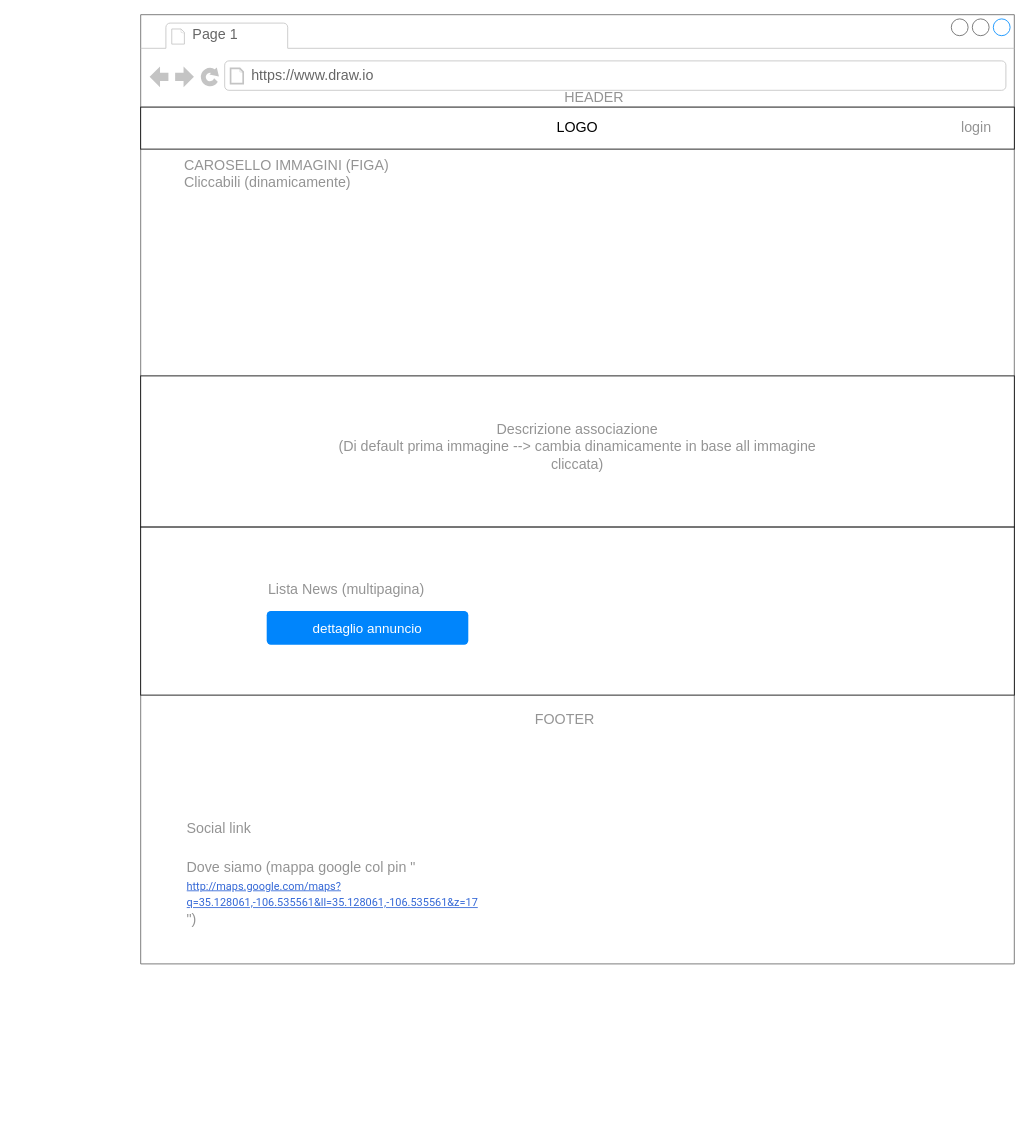
This is client/proj-ltw.drawio from Fabrikh/ProgettoLTW, a draw.io file, before an edit. Source tidied: cells renumbered, new cells numbered last; positions are measured from the earlier drawing's top-left corner, leaving out a move shared by most shapes. Both pictures are drawn from the tidied source at 84%, with x=0, y=0 at pixel (65, 14).
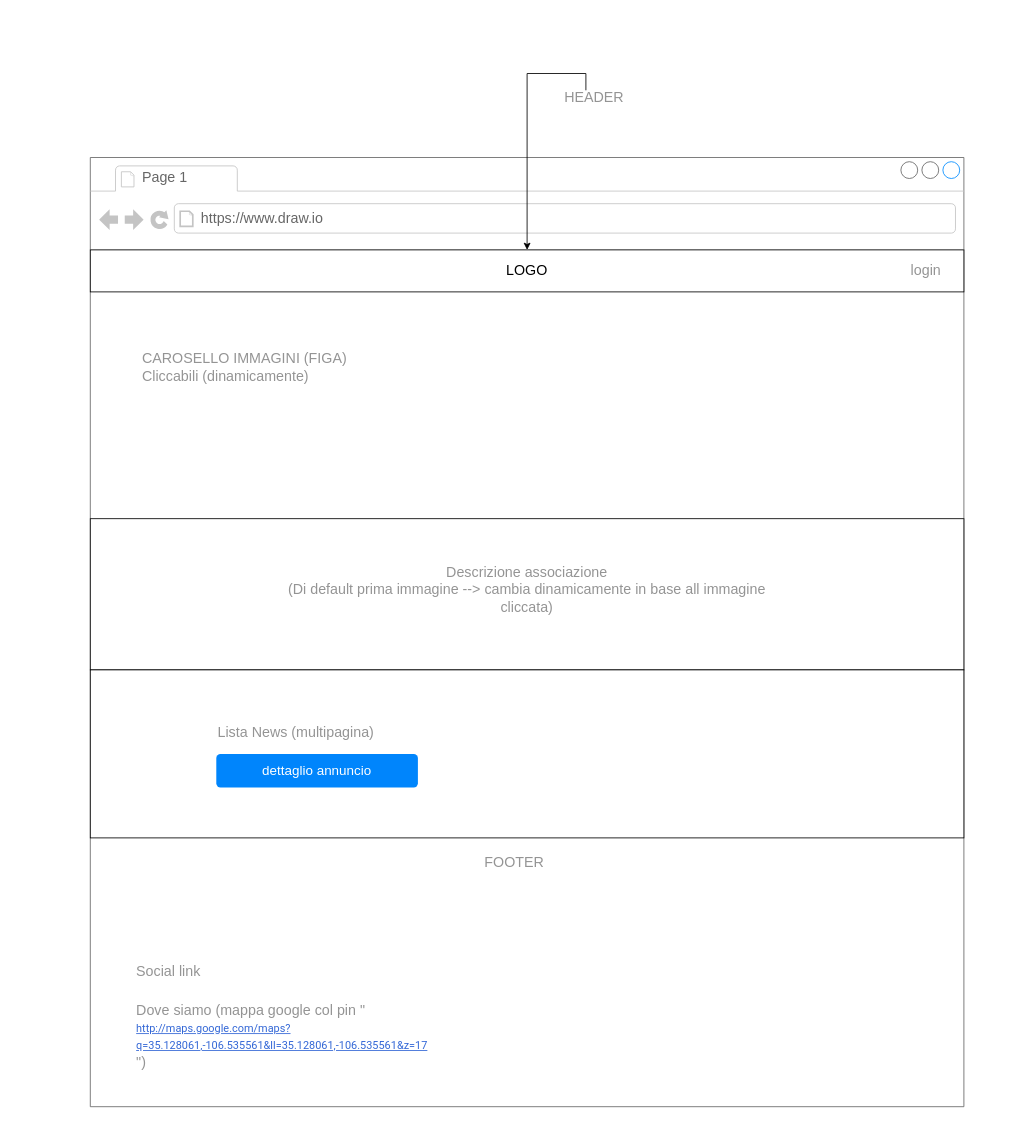
The same page after the edit.

The edit, as a diff of the source:
```diff
@@
 <mxGraphModel>
   <root>
     <mxCell id="0" />
     <mxCell id="1" parent="0" />
     <mxCell id="2" style="strokeWidth=1;shadow=0;dashed=0;align=center;html=1;shape=mxgraph.mockup.containers.browserWindow;rSize=0;strokeColor=#666666;strokeColor2=#008cff;strokeColor3=#c4c4c4;mainText=,;fontSize=19;" parent="1" vertex="1">
-      <mxGeometry x="90" width="1040" height="1130" as="geometry" />
+      <mxGeometry x="30" y="170" width="1040" height="1130" as="geometry" />
     </mxCell>
     <mxCell id="3" value="Page 1" style="strokeWidth=1;shadow=0;dashed=0;align=center;html=1;shape=mxgraph.mockup.containers.anchor;fontSize=17;fontColor=#666666;align=left;" parent="2" vertex="1">
       <mxGeometry x="60" y="12" width="110" height="26" as="geometry" />
     </mxCell>
     <mxCell id="4" value="https://www.draw.io" style="strokeWidth=1;shadow=0;dashed=0;align=center;html=1;shape=mxgraph.mockup.containers.anchor;rSize=0;fontSize=17;fontColor=#666666;align=left;" parent="2" vertex="1">
       <mxGeometry x="130" y="60" width="250" height="26" as="geometry" />
     </mxCell>
     <mxCell id="5" style="rounded=0;whiteSpace=wrap;html=1;" parent="2" vertex="1">
       <mxGeometry y="110" width="1040" height="50" as="geometry" />
     </mxCell>
     <mxCell id="6" value="&lt;font style=&quot;font-size: 17px&quot;&gt;LOGO&lt;/font&gt;" style="text;html=1;strokeColor=none;fillColor=none;align=center;verticalAlign=middle;whiteSpace=wrap;rounded=0;" parent="2" vertex="1">
       <mxGeometry x="470" y="125" width="100" height="20" as="geometry" />
     </mxCell>
     <mxCell id="7" value="login" style="text;html=1;strokeColor=none;fillColor=none;align=center;verticalAlign=middle;whiteSpace=wrap;rounded=0;fontSize=17;fontColor=#949494;" parent="2" vertex="1">
       <mxGeometry x="960" y="125" width="70" height="20" as="geometry" />
     </mxCell>
     <mxCell id="8" style="rounded=0;whiteSpace=wrap;html=1;fontSize=17;fontColor=#949494;align=left;" parent="2" vertex="1">
       <mxGeometry y="430" width="1040" height="180" as="geometry" />
     </mxCell>
     <mxCell id="9" value="Descrizione associazione&lt;br&gt;(Di default prima immagine --&amp;gt; cambia dinamicamente in base all immagine cliccata)" style="text;html=1;strokeColor=none;fillColor=none;align=center;verticalAlign=middle;whiteSpace=wrap;rounded=0;fontSize=17;fontColor=#949494;" parent="2" vertex="1">
       <mxGeometry x="230" y="450" width="580" height="130" as="geometry" />
     </mxCell>
     <mxCell id="10" style="rounded=0;whiteSpace=wrap;html=1;fontSize=17;fontColor=#949494;align=left;" parent="2" vertex="1">
       <mxGeometry y="610" width="1040" height="200" as="geometry" />
     </mxCell>
     <mxCell id="11" style="edgeStyle=orthogonalEdgeStyle;rounded=0;orthogonalLoop=1;jettySize=auto;html=1;exitX=0.5;exitY=1;exitDx=0;exitDy=0;fontSize=17;fontColor=#949494;" parent="2" edge="1" source="10" target="10">
       <mxGeometry relative="1" as="geometry" />
     </mxCell>
     <mxCell id="12" value="dettaglio annuncio" style="html=1;shadow=0;dashed=0;shape=mxgraph.bootstrap.rrect;rSize=5;strokeColor=none;strokeWidth=1;fillColor=#0085FC;fontColor=#FFFFFF;whiteSpace=wrap;align=center;verticalAlign=middle;spacingLeft=0;fontStyle=0;fontSize=16;spacing=5;" parent="2" vertex="1">
       <mxGeometry x="150" y="710" width="240" height="40" as="geometry" />
     </mxCell>
     <mxCell id="13" value="Lista News (multipagina)" style="text;html=1;strokeColor=none;fillColor=none;align=center;verticalAlign=middle;whiteSpace=wrap;rounded=0;fontSize=17;fontColor=#949494;" parent="2" vertex="1">
       <mxGeometry x="-90" y="610" width="670" height="150" as="geometry" />
     </mxCell>
     <mxCell id="14" style="edgeStyle=orthogonalEdgeStyle;rounded=0;orthogonalLoop=1;jettySize=auto;html=1;exitX=0.5;exitY=1;exitDx=0;exitDy=0;fontSize=17;fontColor=#949494;" parent="2" edge="1" source="10" target="10">
       <mxGeometry relative="1" as="geometry" />
     </mxCell>
     <mxCell id="15" value="FOOTER" style="text;html=1;strokeColor=none;fillColor=none;align=center;verticalAlign=middle;whiteSpace=wrap;rounded=0;fontSize=17;fontColor=#949494;" parent="2" vertex="1">
       <mxGeometry x="170" y="820" width="670" height="40" as="geometry" />
     </mxCell>
     <mxCell id="16" value="&lt;h1&gt;&lt;span style=&quot;font-size: 17px ; font-weight: normal&quot;&gt;Social link&lt;/span&gt;&lt;/h1&gt;&lt;div&gt;&lt;span style=&quot;font-size: 17px ; font-weight: normal&quot;&gt;Dove siamo (mappa google col pin &quot;&lt;/span&gt;&lt;/div&gt;&lt;a class=&quot;DbQRg&quot; target=&quot;_blank&quot; href=&quot;http://maps.google.com/maps?q=35.128061%2C-106.535561&amp;amp;ll=35.128061%2C-106.535561&amp;amp;z=17&amp;amp;authuser=3&quot; style=&quot;color: rgb(51 , 103 , 214) ; font-size: 13px ; font-family: &amp;#34;roboto&amp;#34; , &amp;#34;arial&amp;#34; , sans-serif ; background-color: rgb(255 , 255 , 255)&quot;&gt;http://maps.google.com/maps?q=35.128061,-106.535561&amp;amp;ll=35.128061,-106.535561&amp;amp;z=17&lt;/a&gt;&lt;div&gt;&lt;span style=&quot;font-size: 17px ; font-weight: normal&quot;&gt;&quot;)&lt;/span&gt;&lt;/div&gt;" style="text;html=1;strokeColor=none;fillColor=none;spacing=5;spacingTop=-20;whiteSpace=wrap;overflow=hidden;rounded=0;fontSize=17;fontColor=#949494;align=left;" parent="2" vertex="1">
       <mxGeometry x="50" y="930" width="430" height="200" as="geometry" />
     </mxCell>
+    <mxCell id="18" value="CAROSELLO IMMAGINI (FIGA)&lt;br&gt;Cliccabili (dinamicamente)" style="text;html=1;strokeColor=none;fillColor=none;align=left;verticalAlign=middle;whiteSpace=wrap;rounded=0;fontSize=17;fontColor=#949494;" parent="2" vertex="1">
+      <mxGeometry x="60" y="190" width="280" height="120" as="geometry" />
+    </mxCell>
+    <mxCell id="19" style="edgeStyle=orthogonalEdgeStyle;rounded=0;jettySize=auto;html=1;exitX=0.25;exitY=0;exitDx=0;exitDy=0;fontSize=17;fontColor=#949494;" parent="1" edge="1" source="17" target="5">
+      <mxGeometry relative="1" as="geometry" />
+    </mxCell>
     <mxCell id="17" value="HEADER" style="text;html=1;strokeColor=none;fillColor=none;align=center;verticalAlign=middle;whiteSpace=wrap;rounded=0;fontSize=17;fontColor=#949494;" parent="1" vertex="1">
       <mxGeometry x="610" y="90" width="40" height="20" as="geometry" />
     </mxCell>
-    <mxCell id="18" value="CAROSELLO IMMAGINI (FIGA)&lt;br&gt;Cliccabili (dinamicamente)" style="text;html=1;strokeColor=none;fillColor=none;align=left;verticalAlign=middle;whiteSpace=wrap;rounded=0;fontSize=17;fontColor=#949494;" parent="1" vertex="1">
-      <mxGeometry x="140" y="130" width="280" height="120" as="geometry" />
-    </mxCell>
   </root>
 </mxGraphModel>
```
